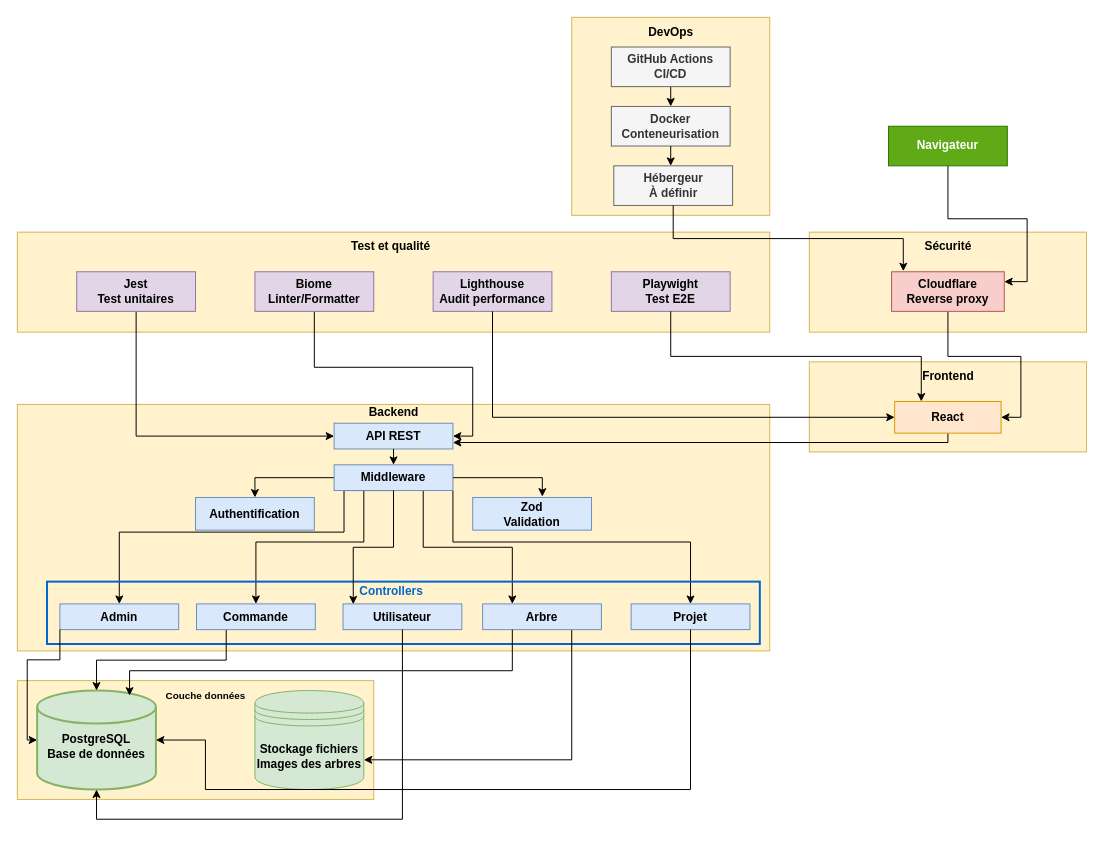
The draw.io diagram conception/architecture/drawio/app_architecture.drawio in ChloeGarciaMillerand/GreenRoots_Freyja, before the edit. Source tidied: cells renumbered, new cells numbered last; positions are measured from the earlier drawing's top-left corner, leaving out a move shared by most shapes. Both pictures are drawn from the tidied source at 99%, with x=0, y=0 at pixel (17, 17).
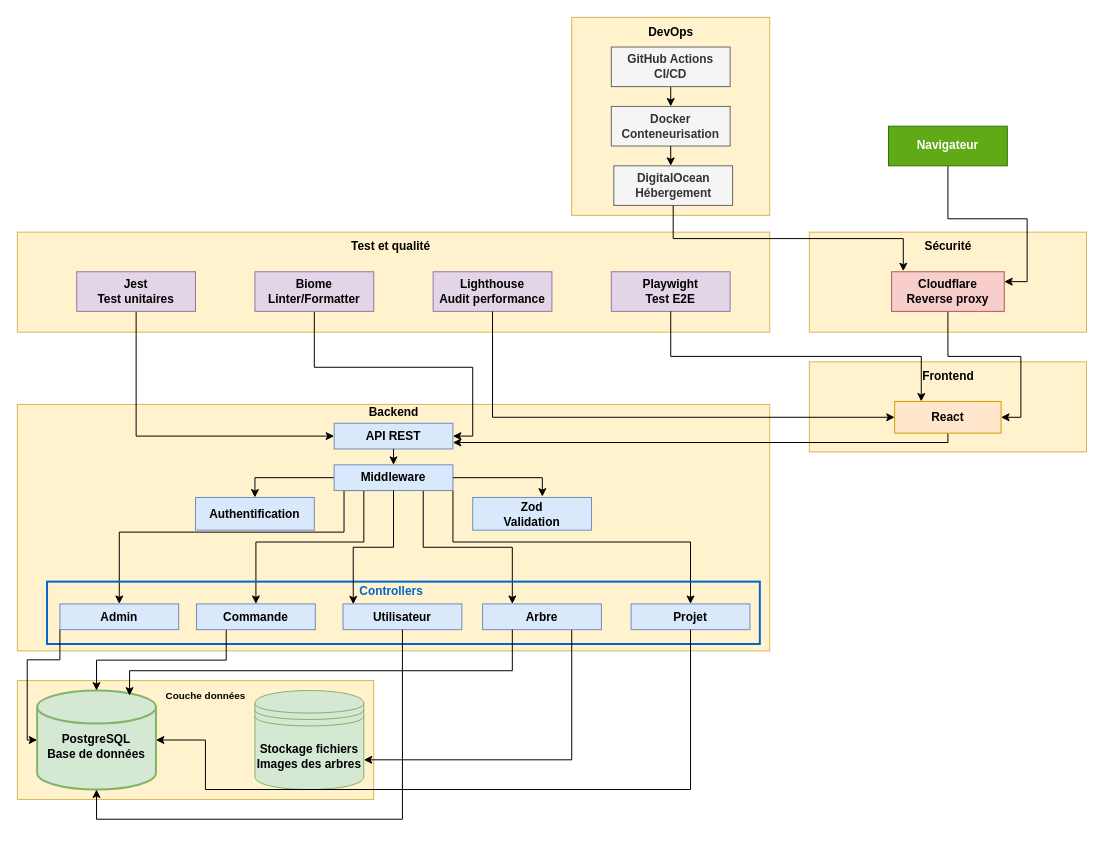
After the change.

Commit message (it also covers changes not shown here):
docs: add digital ocean for hosting

The edit, as a diff of the source:
```diff
@@
-    <mxCell id="46" value="&lt;b&gt;Hébergeur&lt;/b&gt;&lt;div&gt;&lt;b&gt;À définir&lt;/b&gt;&lt;/div&gt;" style="rounded=0;whiteSpace=wrap;html=1;fillColor=#f5f5f5;strokeColor=#666666;fontColor=#333333;" parent="1" vertex="1">
+    <mxCell id="46" value="&lt;div&gt;&lt;b style=&quot;background-color: transparent; color: light-dark(rgb(51, 51, 51), rgb(193, 193, 193));&quot;&gt;DigitalOcean&lt;/b&gt;&lt;/div&gt;&lt;div&gt;&lt;b&gt;Hébergement&lt;/b&gt;&lt;b style=&quot;background-color: transparent; color: light-dark(rgb(51, 51, 51), rgb(193, 193, 193));&quot;&gt;&lt;/b&gt;&lt;/div&gt;" style="rounded=0;whiteSpace=wrap;html=1;fillColor=#f5f5f5;strokeColor=#666666;fontColor=#333333;" parent="1" vertex="1">
       <mxGeometry x="602.5" y="150" width="120" height="40" as="geometry" />
     </mxCell>
```
